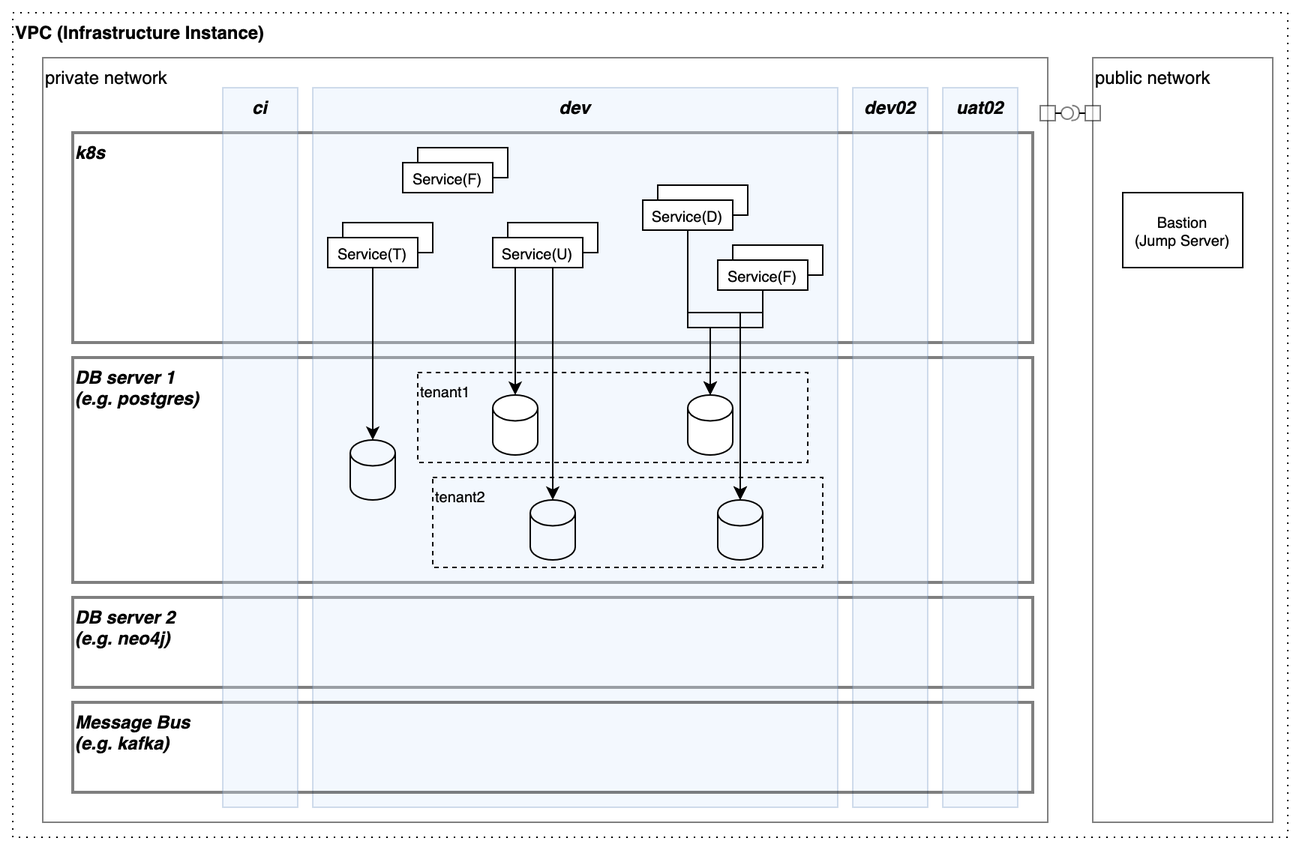
The draw.io diagram ii.png in project-talan/tln-clouds, before a commit. Source tidied: cells renumbered, new cells last; positions are measured from the earlier drawing's top-left corner, leaving out a move shared by most shapes.
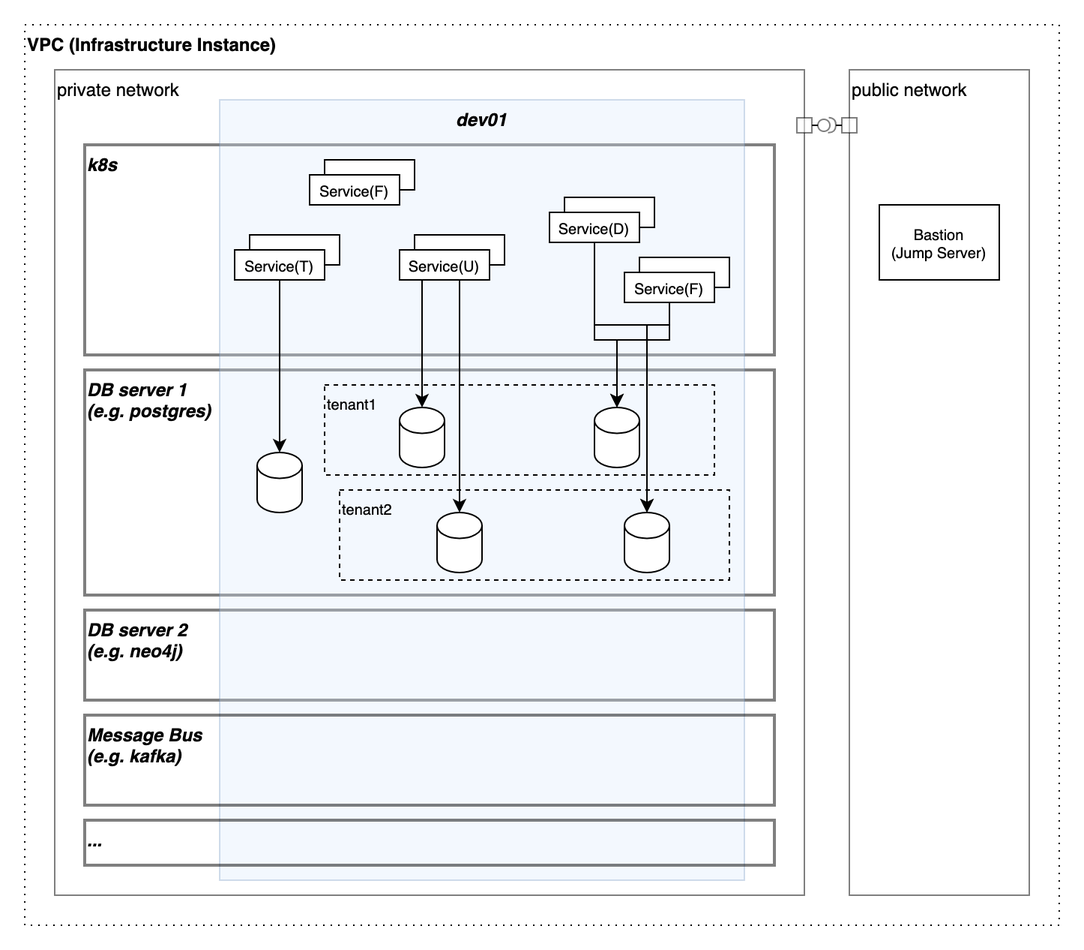
After the change.

Diff of the diagram source:
```diff
@@ -3,33 +3,30 @@
     <mxCell id="0" />
     <mxCell id="1" parent="0" />
     <mxCell id="2" value="VPC (Infrastructure Instance)" style="rounded=0;whiteSpace=wrap;html=1;dashed=1;fillColor=none;align=left;verticalAlign=top;fontStyle=1;dashPattern=1 4;" parent="1" vertex="1">
-      <mxGeometry width="850" height="550" as="geometry" />
+      <mxGeometry x="70" width="690" height="600" as="geometry" />
     </mxCell>
     <mxCell id="3" value="private network" style="rounded=0;whiteSpace=wrap;html=1;fillColor=none;align=left;horizontal=1;verticalAlign=top;spacing=2;opacity=50;" parent="1" vertex="1">
-      <mxGeometry x="20" y="30" width="670" height="510" as="geometry" />
+      <mxGeometry x="90" y="30" width="500" height="550" as="geometry" />
     </mxCell>
     <mxCell id="4" value="public network" style="rounded=0;whiteSpace=wrap;html=1;fillColor=none;align=left;horizontal=1;verticalAlign=top;spacing=2;opacity=50;" parent="1" vertex="1">
-      <mxGeometry x="720" y="30" width="120" height="510" as="geometry" />
+      <mxGeometry x="620" y="30" width="120" height="550" as="geometry" />
     </mxCell>
     <mxCell id="5" value="k8s" style="rounded=0;whiteSpace=wrap;html=1;fillColor=none;fontStyle=3;verticalAlign=top;align=left;opacity=50;spacingLeft=0;spacingTop=0;strokeWidth=2;" parent="1" vertex="1">
-      <mxGeometry x="40" y="80" width="640" height="140" as="geometry" />
+      <mxGeometry x="110" y="80" width="460" height="140" as="geometry" />
     </mxCell>
     <mxCell id="6" value="DB server 1&lt;br&gt;(e.g. postgres)" style="rounded=0;whiteSpace=wrap;html=1;fillColor=none;fontStyle=3;verticalAlign=top;align=left;opacity=50;strokeWidth=2;" parent="1" vertex="1">
-      <mxGeometry x="40" y="230" width="640" height="150" as="geometry" />
+      <mxGeometry x="110" y="230" width="460" height="150" as="geometry" />
     </mxCell>
     <mxCell id="7" value="DB server 2&lt;br&gt;(e.g. neo4j)" style="rounded=0;whiteSpace=wrap;html=1;fillColor=none;fontStyle=3;verticalAlign=top;align=left;opacity=50;strokeWidth=2;" parent="1" vertex="1">
-      <mxGeometry x="40" y="390" width="640" height="60" as="geometry" />
+      <mxGeometry x="110" y="390" width="460" height="60" as="geometry" />
     </mxCell>
-    <mxCell id="8" value="dev02" style="rounded=0;whiteSpace=wrap;html=1;fillColor=#dae8fc;fontStyle=3;verticalAlign=top;align=center;opacity=30;strokeColor=#6c8ebf;" parent="1" vertex="1">
-      <mxGeometry x="560" y="50" width="50" height="480" as="geometry" />
-    </mxCell>
-    <mxCell id="9" value="dev" style="rounded=0;whiteSpace=wrap;html=1;fillColor=#dae8fc;fontStyle=3;verticalAlign=top;align=center;opacity=30;strokeColor=#6c8ebf;" parent="1" vertex="1">
-      <mxGeometry x="200" y="50" width="350" height="480" as="geometry" />
+    <mxCell id="9" value="dev01" style="rounded=0;whiteSpace=wrap;html=1;fillColor=#dae8fc;fontStyle=3;verticalAlign=top;align=center;opacity=30;strokeColor=#6c8ebf;" parent="1" vertex="1">
+      <mxGeometry x="200" y="50" width="350" height="520" as="geometry" />
     </mxCell>
     <mxCell id="10" value="Message Bus&lt;br&gt;(e.g. kafka)" style="rounded=0;whiteSpace=wrap;html=1;fillColor=none;fontStyle=3;verticalAlign=top;align=left;opacity=50;strokeWidth=2;" parent="1" vertex="1">
-      <mxGeometry x="40" y="460" width="640" height="60" as="geometry" />
+      <mxGeometry x="110" y="460" width="460" height="60" as="geometry" />
     </mxCell>
-    <mxCell id="11" style="shape=cylinder3;whiteSpace=wrap;html=1;boundedLbl=1;backgroundOutline=1;size=8.629629629629619;fontColor=#FF0000;strokeWidth=1;fillColor=none;" parent="1" vertex="1">
+    <mxCell id="11" style="shape=cylinder3;whiteSpace=wrap;html=1;boundedLbl=1;backgroundOutline=1;size=8.629629629629619;fontColor=#FF0000;strokeWidth=1;fillColor=default;" parent="1" vertex="1">
       <mxGeometry x="225" y="285" width="30" height="40" as="geometry" />
     </mxCell>
     <mxCell id="12" style="rounded=0;whiteSpace=wrap;html=1;fontColor=#000000;strokeWidth=1;fillColor=default;fontSize=10;" parent="1" vertex="1">
@@ -59,7 +56,7 @@
     <mxCell id="20" value="&lt;font style=&quot;font-size: 10px&quot;&gt;Service(U)&lt;/font&gt;" style="rounded=0;whiteSpace=wrap;html=1;fontColor=#000000;strokeWidth=1;fillColor=default;fontSize=10;" parent="1" vertex="1">
       <mxGeometry x="320" y="150" width="60" height="20" as="geometry" />
     </mxCell>
-    <mxCell id="21" style="shape=cylinder3;whiteSpace=wrap;html=1;boundedLbl=1;backgroundOutline=1;size=8.629629629629619;fontColor=#FF0000;strokeWidth=1;fillColor=none;" parent="1" vertex="1">
+    <mxCell id="21" style="shape=cylinder3;whiteSpace=wrap;html=1;boundedLbl=1;backgroundOutline=1;size=8.629629629629619;fontColor=#FF0000;strokeWidth=1;fillColor=default;" parent="1" vertex="1">
       <mxGeometry x="345" y="325" width="30" height="40" as="geometry" />
     </mxCell>
     <mxCell id="22" style="rounded=0;whiteSpace=wrap;html=1;fontColor=#000000;strokeWidth=1;fillColor=default;fontSize=10;" parent="1" vertex="1">
@@ -103,7 +100,7 @@
         </Array>
       </mxGeometry>
     </mxCell>
-    <mxCell id="31" style="shape=cylinder3;whiteSpace=wrap;html=1;boundedLbl=1;backgroundOutline=1;size=8.629629629629619;fontColor=#FF0000;strokeWidth=1;fillColor=none;" parent="1" vertex="1">
+    <mxCell id="31" style="shape=cylinder3;whiteSpace=wrap;html=1;boundedLbl=1;backgroundOutline=1;size=8.629629629629619;fontColor=#FF0000;strokeWidth=1;fillColor=default;" parent="1" vertex="1">
       <mxGeometry x="470" y="325" width="30" height="40" as="geometry" />
     </mxCell>
     <mxCell id="32" style="endArrow=classic;html=1;rounded=0;fontSize=10;fontColor=#000000;exitX=0.5;exitY=1;exitDx=0;exitDy=0;entryX=0.5;entryY=0;entryDx=0;entryDy=0;entryPerimeter=0;edgeStyle=orthogonalEdgeStyle;" parent="1" edge="1" source="23" target="31">
@@ -125,32 +122,29 @@
     <mxCell id="34" style="shape=cylinder3;whiteSpace=wrap;html=1;boundedLbl=1;backgroundOutline=1;size=8.629629629629619;fontColor=#FF0000;strokeWidth=1;fillColor=default;" parent="1" vertex="1">
       <mxGeometry x="450" y="255" width="30" height="40" as="geometry" />
     </mxCell>
-    <mxCell id="35" value="uat02" style="rounded=0;whiteSpace=wrap;html=1;fillColor=#dae8fc;fontStyle=3;verticalAlign=top;align=center;opacity=30;strokeColor=#6c8ebf;" parent="1" vertex="1">
-      <mxGeometry x="620" y="50" width="50" height="480" as="geometry" />
-    </mxCell>
     <mxCell id="36" style="html=1;rounded=0;opacity=50;" parent="1" vertex="1">
-      <mxGeometry x="685" y="62" width="10" height="10" as="geometry" />
+      <mxGeometry x="585" y="62" width="10" height="10" as="geometry" />
     </mxCell>
     <mxCell id="37" style="endArrow=none;html=1;rounded=0;align=center;verticalAlign=top;endFill=0;labelBackgroundColor=none;endSize=2;" parent="1" edge="1" source="36" target="38">
       <mxGeometry relative="1" as="geometry" />
     </mxCell>
     <mxCell id="38" style="ellipse;html=1;fontSize=11;align=center;fillColor=none;points=[];verticalAlign=bottom;labelPosition=center;verticalLabelPosition=top;flipH=1;opacity=50;" parent="1" vertex="1">
-      <mxGeometry x="699" y="63" width="8" height="8" as="geometry" />
+      <mxGeometry x="599" y="63" width="8" height="8" as="geometry" />
     </mxCell>
     <mxCell id="39" style="html=1;rounded=0;opacity=50;" parent="1" vertex="1">
-      <mxGeometry x="715" y="62" width="10" height="10" as="geometry" />
+      <mxGeometry x="615" y="62" width="10" height="10" as="geometry" />
     </mxCell>
     <mxCell id="40" style="endArrow=none;html=1;rounded=0;align=center;verticalAlign=top;endFill=0;labelBackgroundColor=none;endSize=2;" parent="1" edge="1" source="39" target="41">
       <mxGeometry relative="1" as="geometry" />
     </mxCell>
     <mxCell id="41" style="shape=requiredInterface;html=1;fontSize=11;align=center;fillColor=none;points=[];verticalAlign=bottom;labelPosition=center;verticalLabelPosition=top;flipH=1;opacity=50;rotation=-177;" parent="1" vertex="1">
-      <mxGeometry x="706" y="62" width="5" height="10" as="geometry" />
+      <mxGeometry x="606" y="62" width="5" height="10" as="geometry" />
     </mxCell>
     <mxCell id="42" value="&lt;font style=&quot;font-size: 10px&quot;&gt;Bastion&lt;br&gt;(Jump Server)&lt;br&gt;&lt;/font&gt;" style="rounded=0;whiteSpace=wrap;html=1;fontColor=#000000;strokeWidth=1;fillColor=default;fontSize=10;" parent="1" vertex="1">
-      <mxGeometry x="740" y="120" width="80" height="50" as="geometry" />
+      <mxGeometry x="640" y="120" width="80" height="50" as="geometry" />
     </mxCell>
-    <mxCell id="43" value="ci" style="rounded=0;whiteSpace=wrap;html=1;fillColor=#dae8fc;fontStyle=3;verticalAlign=top;align=center;opacity=30;strokeColor=#6c8ebf;" parent="1" vertex="1">
-      <mxGeometry x="140" y="50" width="50" height="480" as="geometry" />
-    </mxCell>
+    <mxCell id="44" value="..." style="rounded=0;whiteSpace=wrap;html=1;fillColor=none;fontStyle=3;verticalAlign=top;align=left;opacity=50;strokeWidth=2;" parent="1" vertex="1">
+      <mxGeometry x="110" y="530" width="460" height="30" as="geometry" />
+    </mxCell>
   </root>
 </mxGraphModel>
```
